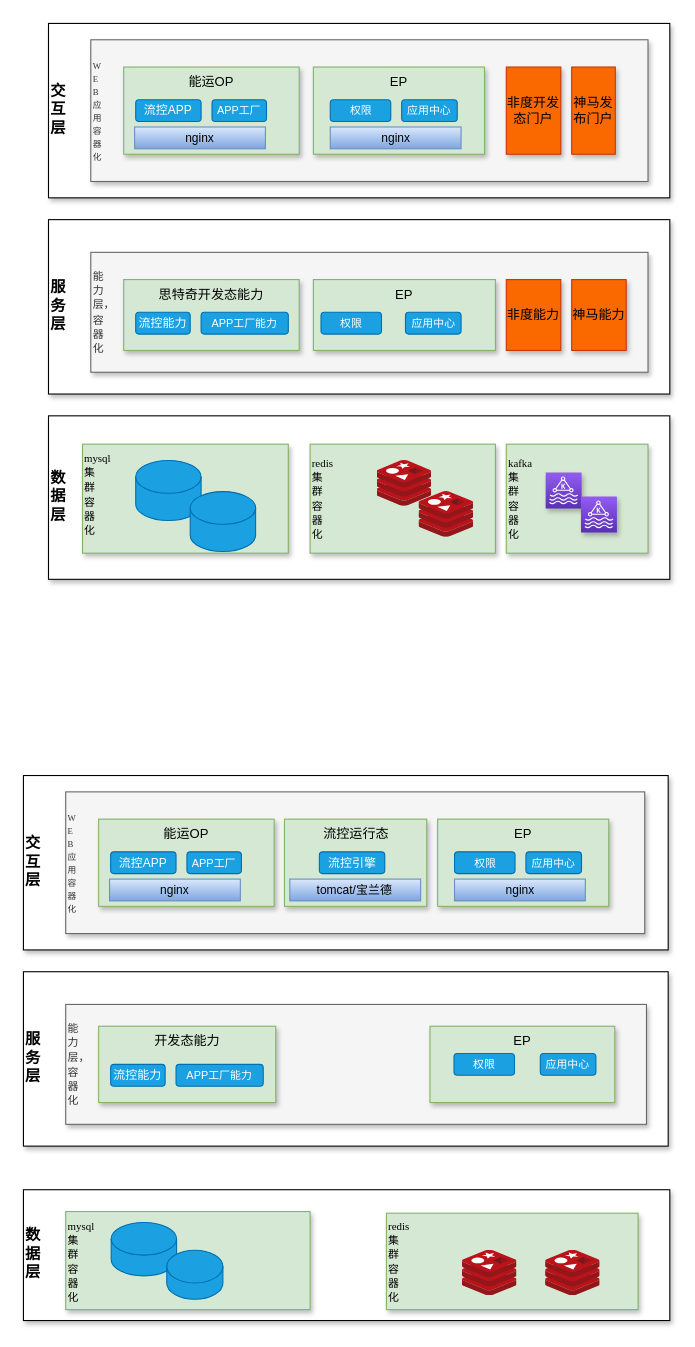
This is page "部署架构-12月底" (6 of 7) of 流控.drawio from qymmdj/draw-io, a draw.io file, before an edit. Source tidied: cells renumbered, new cells numbered last; positions are measured from the earlier drawing's top-left corner, leaving out a move shared by most shapes. Both pictures are drawn from the tidied source at 109%, with x=0, y=0 at pixel (23, 23).
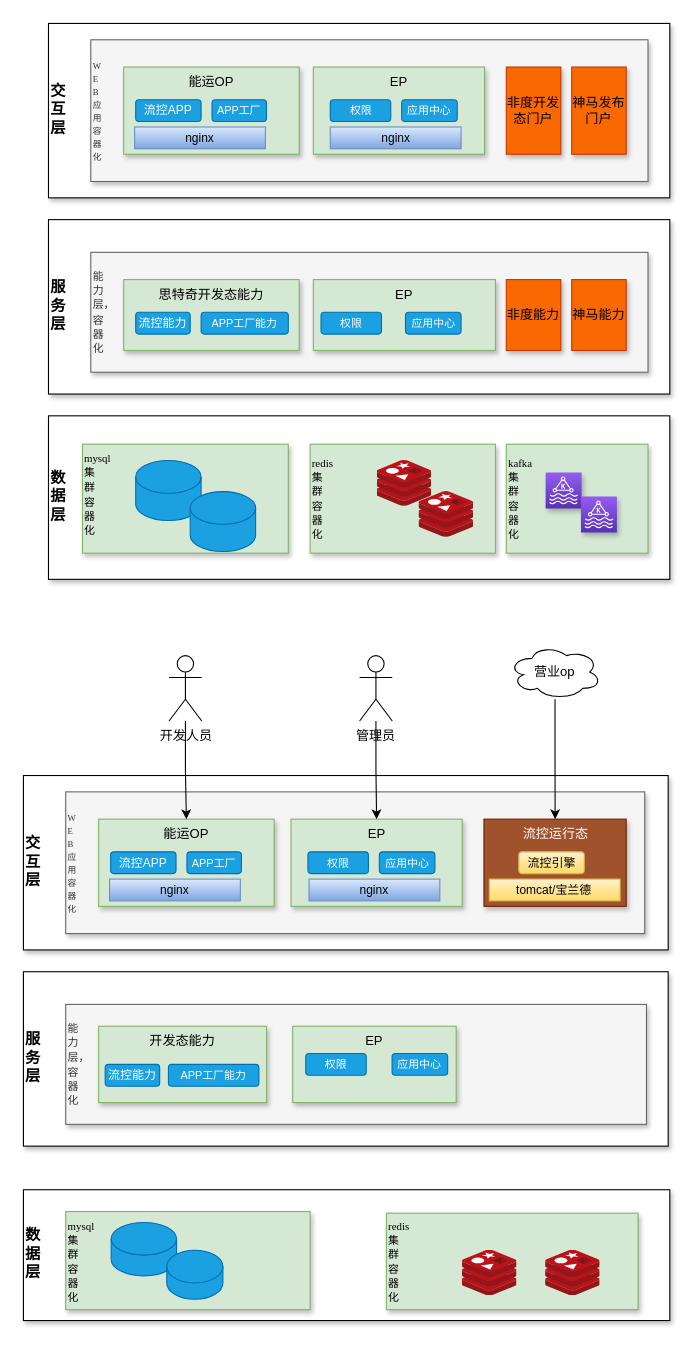
The same page after the edit.

The change refers to these unchanged cells:
```xml
<mxCell id="39" value="能运OP" style="rounded=0;whiteSpace=wrap;html=1;verticalAlign=top;fillColor=#d5e8d4;strokeColor=#82b366;shadow=1;" parent="1" vertex="1">
  <mxGeometry x="69" y="730" width="161" height="80" as="geometry" />
</mxCell>
```

What changed in the source:
```diff
@@
     <mxCell id="16" value="神马发布门户" style="rounded=0;whiteSpace=wrap;html=1;verticalAlign=middle;fillColor=#fa6800;fontColor=#000000;strokeColor=#C73500;shadow=1;" parent="1" vertex="1">
-      <mxGeometry x="503" y="40" width="40" height="80" as="geometry" />
+      <mxGeometry x="503" y="40" width="50" height="80" as="geometry" />
     </mxCell>
@@
     <mxCell id="38" value="EP" style="rounded=0;whiteSpace=wrap;html=1;verticalAlign=top;fillColor=#d5e8d4;strokeColor=#82b366;shadow=1;" parent="1" vertex="1">
-      <mxGeometry x="380" y="730" width="157" height="80" as="geometry" />
+      <mxGeometry x="245.5" y="730" width="157" height="80" as="geometry" />
     </mxCell>
@@
     <mxCell id="42" value="权限" style="rounded=1;whiteSpace=wrap;html=1;fontSize=10;fillColor=#1ba1e2;fontColor=#ffffff;strokeColor=#006EAF;" parent="1" vertex="1">
-      <mxGeometry x="395.5" y="760" width="55.5" height="20" as="geometry" />
+      <mxGeometry x="261" y="760" width="55.5" height="20" as="geometry" />
     </mxCell>
     <mxCell id="43" value="应用中心" style="rounded=1;whiteSpace=wrap;html=1;fontSize=10;fillColor=#1ba1e2;fontColor=#ffffff;strokeColor=#006EAF;" parent="1" vertex="1">
-      <mxGeometry x="461" y="760" width="51" height="20" as="geometry" />
+      <mxGeometry x="326.5" y="760" width="51" height="20" as="geometry" />
     </mxCell>
@@
     <mxCell id="45" value="nginx" style="rounded=0;whiteSpace=wrap;html=1;fontSize=11;fillColor=#dae8fc;gradientColor=#7ea6e0;strokeColor=#6c8ebf;" parent="1" vertex="1">
-      <mxGeometry x="395.5" y="785" width="120" height="20" as="geometry" />
+      <mxGeometry x="262" y="785" width="120" height="20" as="geometry" />
     </mxCell>
@@
     <mxCell id="47" value="EP" style="rounded=0;whiteSpace=wrap;html=1;verticalAlign=top;fillColor=#d5e8d4;strokeColor=#82b366;shadow=1;" parent="1" vertex="1">
-      <mxGeometry x="373" y="920" width="169.5" height="70" as="geometry" />
+      <mxGeometry x="247" y="920" width="150" height="70" as="geometry" />
     </mxCell>
     <mxCell id="48" value="开发态能力" style="rounded=0;whiteSpace=wrap;html=1;verticalAlign=top;fillColor=#d5e8d4;strokeColor=#82b366;shadow=1;" parent="1" vertex="1">
-      <mxGeometry x="69" y="920" width="162.5" height="70" as="geometry" />
+      <mxGeometry x="69" y="920" width="154" height="70" as="geometry" />
     </mxCell>
     <mxCell id="49" value="&lt;font style=&quot;font-size: 11px&quot;&gt;流控能力&lt;/font&gt;" style="rounded=1;whiteSpace=wrap;html=1;fontSize=10;fillColor=#1ba1e2;fontColor=#ffffff;strokeColor=#006EAF;" parent="1" vertex="1">
-      <mxGeometry x="80" y="955" width="50" height="20" as="geometry" />
+      <mxGeometry x="75" y="955" width="50" height="20" as="geometry" />
     </mxCell>
     <mxCell id="50" value="APP工厂能力" style="rounded=1;whiteSpace=wrap;html=1;fontSize=10;fillColor=#1ba1e2;fontColor=#ffffff;strokeColor=#006EAF;" parent="1" vertex="1">
-      <mxGeometry x="140" y="955" width="80" height="20" as="geometry" />
+      <mxGeometry x="133" y="955" width="83" height="20" as="geometry" />
     </mxCell>
     <mxCell id="51" value="权限" style="rounded=1;whiteSpace=wrap;html=1;fontSize=10;fillColor=#1ba1e2;fontColor=#ffffff;strokeColor=#006EAF;" parent="1" vertex="1">
-      <mxGeometry x="395" y="945" width="55.5" height="20" as="geometry" />
+      <mxGeometry x="259" y="945" width="55.5" height="20" as="geometry" />
     </mxCell>
     <mxCell id="52" value="应用中心" style="rounded=1;whiteSpace=wrap;html=1;fontSize=10;fillColor=#1ba1e2;fontColor=#ffffff;strokeColor=#006EAF;" parent="1" vertex="1">
-      <mxGeometry x="474.2" y="945" width="51" height="20" as="geometry" />
+      <mxGeometry x="338.2" y="945" width="51" height="20" as="geometry" />
     </mxCell>
@@
+    <mxCell id="60" style="sketch=0;fontColor=#232F3E;gradientColor=#945DF2;gradientDirection=north;fillColor=#5A30B5;strokeColor=#ffffff;dashed=0;verticalLabelPosition=bottom;verticalAlign=top;align=center;html=1;fontSize=12;fontStyle=0;shape=mxgraph.aws4.resourceIcon;resIcon=mxgraph.aws4.managed_streaming_for_kafka;rounded=1;shadow=1;labelBackgroundColor=default;labelBorderColor=none;fontFamily=Times New Roman;" parent="1" vertex="1">
+      <mxGeometry x="479.1" y="412" width="33" height="33" as="geometry" />
+    </mxCell>
+    <mxCell id="61" style="sketch=0;fontColor=#232F3E;gradientColor=#945DF2;gradientDirection=north;fillColor=#5A30B5;strokeColor=#ffffff;dashed=0;verticalLabelPosition=bottom;verticalAlign=top;align=center;html=1;fontSize=12;fontStyle=0;shape=mxgraph.aws4.resourceIcon;resIcon=mxgraph.aws4.managed_streaming_for_kafka;rounded=1;shadow=1;labelBackgroundColor=default;labelBorderColor=none;fontFamily=Times New Roman;" parent="1" vertex="1">
+      <mxGeometry x="511.5" y="434" width="33" height="33" as="geometry" />
+    </mxCell>
+    <mxCell id="62" style="edgeStyle=orthogonalEdgeStyle;rounded=0;jettySize=auto;html=1;" parent="1" edge="1" source="63" target="39">
+      <mxGeometry relative="1" as="geometry" />
+    </mxCell>
+    <mxCell id="63" value="开发人员" style="shape=umlActor;verticalLabelPosition=bottom;verticalAlign=top;html=1;outlineConnect=0;" parent="1" vertex="1">
+      <mxGeometry x="133.6" y="580" width="30" height="60" as="geometry" />
+    </mxCell>
-    <mxCell id="57" value="流控运行态" style="rounded=0;whiteSpace=wrap;html=1;verticalAlign=top;fillColor=#d5e8d4;strokeColor=#82b366;shadow=1;" parent="1" vertex="1">
-      <mxGeometry x="239.5" y="730" width="130.5" height="80" as="geometry" />
+    <mxCell id="57" value="流控运行态" style="rounded=0;whiteSpace=wrap;html=1;verticalAlign=top;fillColor=#a0522d;strokeColor=#6D1F00;shadow=1;fontColor=#ffffff;" parent="1" vertex="1">
+      <mxGeometry x="422.5" y="730" width="130.5" height="80" as="geometry" />
     </mxCell>
-    <mxCell id="58" value="&lt;font style=&quot;font-size: 11px&quot;&gt;流控引擎&lt;/font&gt;" style="rounded=1;whiteSpace=wrap;html=1;fontSize=10;fillColor=#1ba1e2;strokeColor=#006EAF;fontColor=#ffffff;" parent="1" vertex="1">
-      <mxGeometry x="271.5" y="760" width="60" height="20" as="geometry" />
+    <mxCell id="58" value="&lt;font style=&quot;font-size: 11px&quot;&gt;流控引擎&lt;/font&gt;" style="rounded=1;whiteSpace=wrap;html=1;fontSize=10;fillColor=#fff2cc;strokeColor=#d6b656;gradientColor=#ffd966;" parent="1" vertex="1">
+      <mxGeometry x="454.5" y="760" width="60" height="20" as="geometry" />
     </mxCell>
-    <mxCell id="59" value="tomcat/宝兰德" style="rounded=0;whiteSpace=wrap;html=1;fontSize=11;fillColor=#dae8fc;gradientColor=#7ea6e0;strokeColor=#6c8ebf;" parent="1" vertex="1">
-      <mxGeometry x="244.4" y="785" width="120" height="20" as="geometry" />
+    <mxCell id="59" value="tomcat/宝兰德" style="rounded=0;whiteSpace=wrap;html=1;fontSize=11;fillColor=#fff2cc;strokeColor=#d6b656;gradientColor=#ffd966;" parent="1" vertex="1">
+      <mxGeometry x="427.4" y="785" width="120" height="20" as="geometry" />
     </mxCell>
-    <mxCell id="60" style="sketch=0;fontColor=#232F3E;gradientColor=#945DF2;gradientDirection=north;fillColor=#5A30B5;strokeColor=#ffffff;dashed=0;verticalLabelPosition=bottom;verticalAlign=top;align=center;html=1;fontSize=12;fontStyle=0;shape=mxgraph.aws4.resourceIcon;resIcon=mxgraph.aws4.managed_streaming_for_kafka;rounded=1;shadow=1;labelBackgroundColor=default;labelBorderColor=none;fontFamily=Times New Roman;" parent="1" vertex="1">
-      <mxGeometry x="479.1" y="412" width="33" height="33" as="geometry" />
-    </mxCell>
-    <mxCell id="61" style="sketch=0;fontColor=#232F3E;gradientColor=#945DF2;gradientDirection=north;fillColor=#5A30B5;strokeColor=#ffffff;dashed=0;verticalLabelPosition=bottom;verticalAlign=top;align=center;html=1;fontSize=12;fontStyle=0;shape=mxgraph.aws4.resourceIcon;resIcon=mxgraph.aws4.managed_streaming_for_kafka;rounded=1;shadow=1;labelBackgroundColor=default;labelBorderColor=none;fontFamily=Times New Roman;" parent="1" vertex="1">
-      <mxGeometry x="511.5" y="434" width="33" height="33" as="geometry" />
-    </mxCell>
+    <mxCell id="64" style="edgeStyle=orthogonalEdgeStyle;rounded=0;jettySize=auto;html=1;" parent="1" edge="1" source="65" target="38">
+      <mxGeometry relative="1" as="geometry" />
+    </mxCell>
+    <mxCell id="65" value="管理员" style="shape=umlActor;verticalLabelPosition=bottom;verticalAlign=top;html=1;outlineConnect=0;" parent="1" vertex="1">
+      <mxGeometry x="308.4" y="580" width="30" height="60" as="geometry" />
+    </mxCell>
+    <mxCell id="66" style="edgeStyle=orthogonalEdgeStyle;rounded=0;jettySize=auto;html=1;" parent="1" edge="1" source="67" target="57">
+      <mxGeometry relative="1" as="geometry" />
+    </mxCell>
+    <mxCell id="67" value="营业op" style="ellipse;shape=cloud;whiteSpace=wrap;html=1;" parent="1" vertex="1">
+      <mxGeometry x="445.2" y="570" width="85" height="50" as="geometry" />
+    </mxCell>
```
